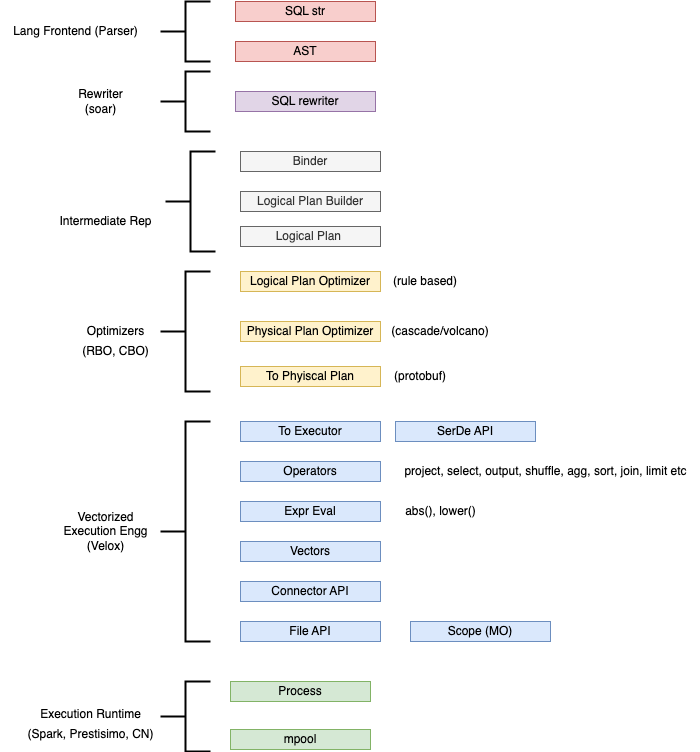
Above: docs/imgs/data_engine.png in dborchard/tiny-planner (draw.io), before the change. Source tidied: cells renumbered, new cells last; positions are measured from the earlier drawing's top-left corner, leaving out a move shared by most shapes.
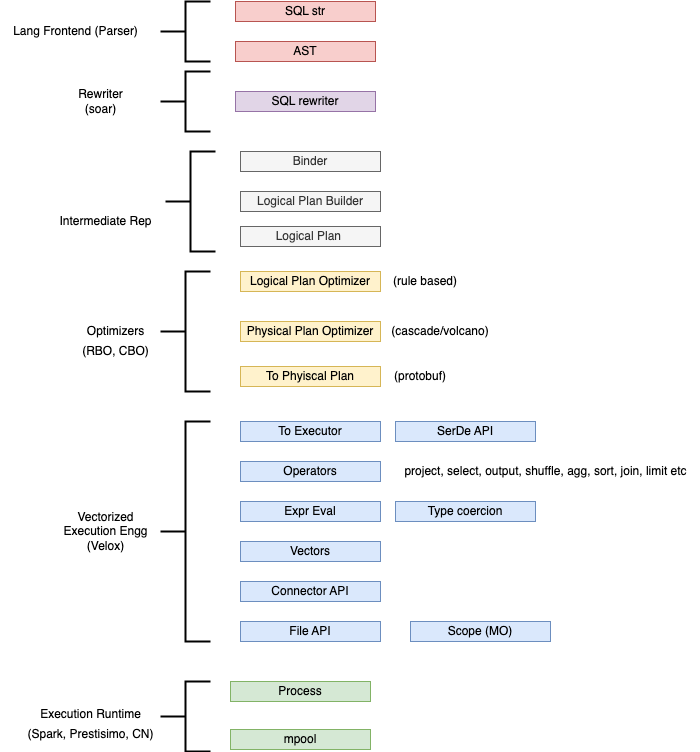
The same diagram one commit later.

Commit message:
Update Type Coercion

The edit, as a diff of the source:
```diff
@@ -77,9 +77,6 @@
     <mxCell id="26" value="project, select, output, shuffle, agg, sort, join, limit etc" style="text;html=1;align=center;verticalAlign=middle;strokeColor=none;fillColor=none;" parent="1" vertex="1">
       <mxGeometry x="390" y="455" width="310" height="30" as="geometry" />
     </mxCell>
-    <mxCell id="27" value="abs(), lower()" style="text;html=1;align=center;verticalAlign=middle;strokeColor=none;fillColor=none;" parent="1" vertex="1">
-      <mxGeometry x="395" y="495" width="90" height="30" as="geometry" />
-    </mxCell>
     <mxCell id="28" value="Logical Plan&amp;nbsp;" style="rounded=0;whiteSpace=wrap;html=1;fillColor=#f5f5f5;strokeColor=#666666;fontColor=#333333;" parent="1" vertex="1">
       <mxGeometry x="240" y="225" width="140" height="20" as="geometry" />
     </mxCell>
@@ -116,5 +113,8 @@
     <mxCell id="39" value="Scope (MO)" style="rounded=0;whiteSpace=wrap;html=1;fillColor=#dae8fc;strokeColor=#6c8ebf;" parent="1" vertex="1">
       <mxGeometry x="410" y="620" width="140" height="20" as="geometry" />
     </mxCell>
+    <mxCell id="40" value="Type&amp;nbsp;coercion" style="rounded=0;whiteSpace=wrap;html=1;fillColor=#dae8fc;strokeColor=#6c8ebf;" parent="1" vertex="1">
+      <mxGeometry x="395" y="500" width="140" height="20" as="geometry" />
+    </mxCell>
   </root>
 </mxGraphModel>
```
